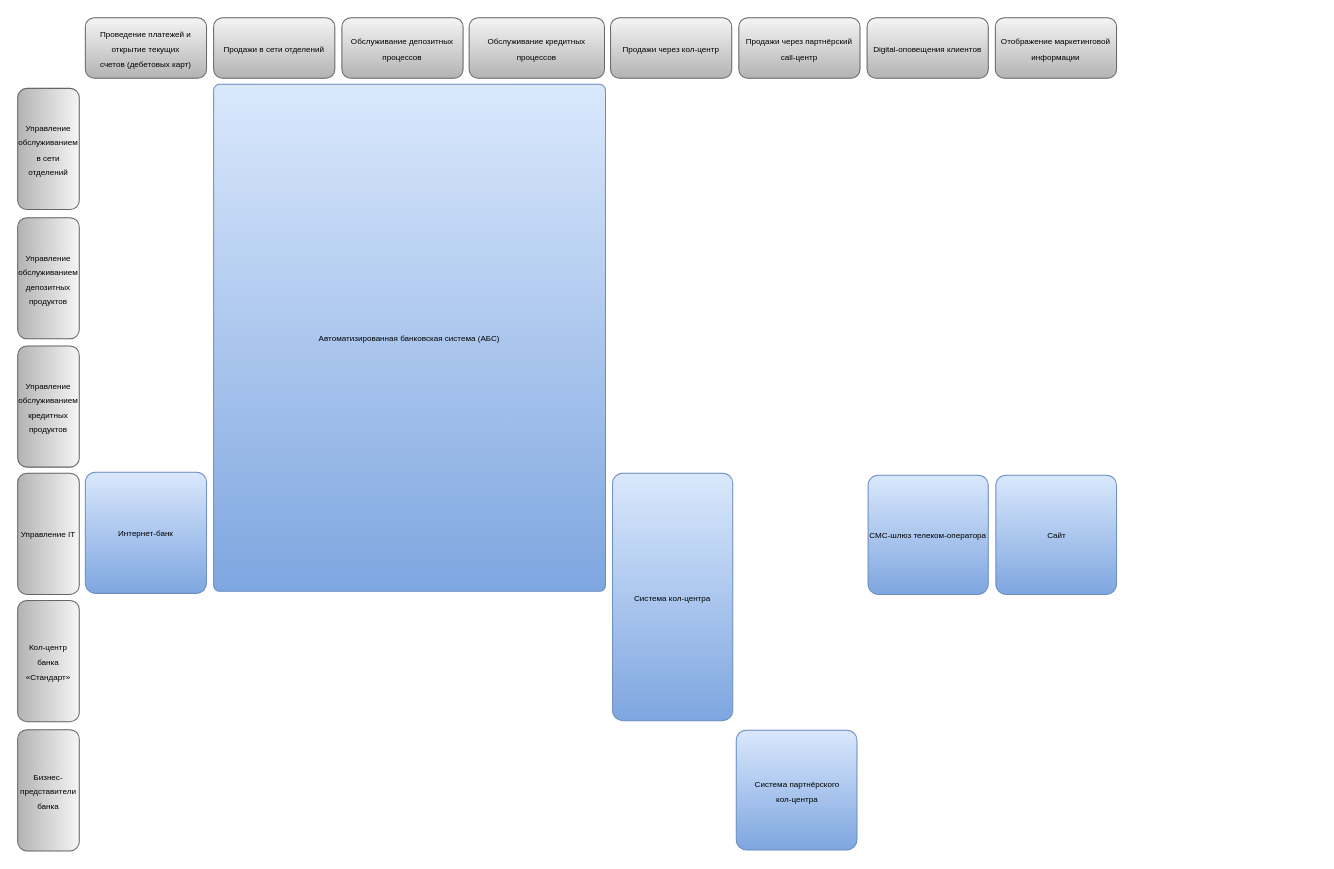
Before: Task1/it_landscape.drawio in baidinvladislav/architecture-sprint-9, a draw.io diagram. Source tidied: cells renumbered, new cells numbered last; positions are measured from the earlier drawing's top-left corner, leaving out a move shared by most shapes. Both pictures are drawn from the tidied source at 101%, with x=0, y=0 at pixel (17, 17).
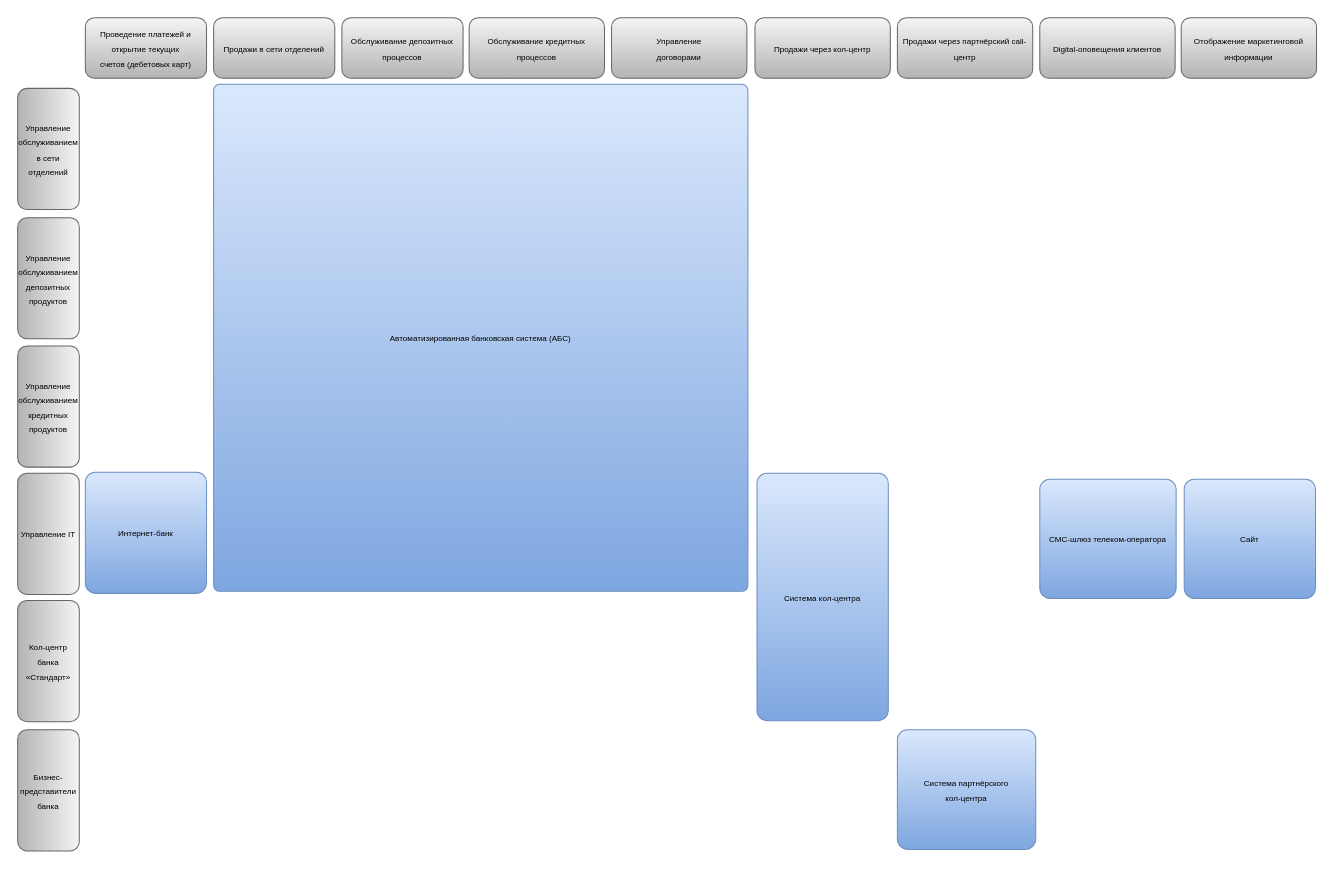
The same page after the edit.

Commit message (it also covers changes not shown here):
task1. it lanscape improvement

What changed in the source:
```diff
@@
-    <mxCell id="6" value="&lt;span style=&quot;font-size: 8px;&quot;&gt;Продажи через кол-центр&lt;/span&gt;" style="rounded=1;whiteSpace=wrap;html=1;fillColor=#f5f5f5;gradientColor=#b3b3b3;strokeColor=#666666;" parent="1" vertex="1">
-      <mxGeometry x="587" width="120" height="60" as="geometry" />
-    </mxCell>
-    <mxCell id="7" value="&lt;span style=&quot;font-size: 8px;&quot;&gt;Продажи через партнёрский call-центр&lt;/span&gt;" style="rounded=1;whiteSpace=wrap;html=1;fillColor=#f5f5f5;gradientColor=#b3b3b3;strokeColor=#666666;" parent="1" vertex="1">
-      <mxGeometry x="714" width="120" height="60" as="geometry" />
-    </mxCell>
@@
-    <mxCell id="12" value="&lt;font style=&quot;font-size: 8px;&quot;&gt;Digital-оповещения клиентов&lt;/font&gt;" style="rounded=1;whiteSpace=wrap;html=1;fillColor=#f5f5f5;gradientColor=#b3b3b3;strokeColor=#666666;" parent="1" vertex="1">
-      <mxGeometry x="841" width="120" height="60" as="geometry" />
-    </mxCell>
-    <mxCell id="13" value="&lt;font style=&quot;font-size: 8px;&quot;&gt;Отображение маркетинговой информации&lt;/font&gt;" style="rounded=1;whiteSpace=wrap;html=1;fillColor=#f5f5f5;gradientColor=#b3b3b3;strokeColor=#666666;" parent="1" vertex="1">
-      <mxGeometry x="968" width="120" height="60" as="geometry" />
-    </mxCell>
     <mxCell id="14" value="&lt;font style=&quot;font-size: 8px;&quot;&gt;Автоматизированная банковская система (АБС)&lt;/font&gt;" style="rounded=1;whiteSpace=wrap;html=1;fillColor=#dae8fc;gradientColor=#7ea6e0;strokeColor=#6c8ebf;arcSize=12;absoluteArcSize=1;glass=0;" parent="1" vertex="1">
-      <mxGeometry x="194" y="66" width="388" height="502" as="geometry" />
+      <mxGeometry x="194" y="66" width="529" height="502" as="geometry" />
     </mxCell>
@@
     <mxCell id="16" value="&lt;font style=&quot;font-size: 8px;&quot;&gt;Система кол-центра&lt;/font&gt;" style="rounded=1;whiteSpace=wrap;html=1;fillColor=#dae8fc;gradientColor=#7ea6e0;strokeColor=#6c8ebf;absoluteArcSize=1;" parent="1" vertex="1">
-      <mxGeometry x="589" y="451" width="119" height="245" as="geometry" />
+      <mxGeometry x="732" y="451" width="130" height="245" as="geometry" />
     </mxCell>
     <mxCell id="17" value="&lt;font style=&quot;font-size: 8px;&quot;&gt;Система партнёрского &lt;br&gt;кол-центра&lt;/font&gt;" style="rounded=1;whiteSpace=wrap;html=1;fillColor=#dae8fc;gradientColor=#7ea6e0;strokeColor=#6c8ebf;absoluteArcSize=1;" parent="1" vertex="1">
-      <mxGeometry x="711.5" y="705.5" width="119.5" height="118.5" as="geometry" />
+      <mxGeometry x="871" y="705" width="137" height="118.5" as="geometry" />
     </mxCell>
@@
     <mxCell id="20" value="&lt;span style=&quot;font-size: 8px;&quot;&gt;СМС-шлюз телеком-оператора&lt;/span&gt;" style="rounded=1;whiteSpace=wrap;html=1;fillColor=#dae8fc;gradientColor=#7ea6e0;strokeColor=#6c8ebf;absoluteArcSize=1;" parent="1" vertex="1">
-      <mxGeometry x="842" y="453" width="119" height="118" as="geometry" />
+      <mxGeometry x="1012" y="457" width="135" height="118" as="geometry" />
     </mxCell>
     <mxCell id="21" value="&lt;span style=&quot;font-size: 8px;&quot;&gt;Сайт&lt;/span&gt;" style="rounded=1;whiteSpace=wrap;html=1;fillColor=#dae8fc;gradientColor=#7ea6e0;strokeColor=#6c8ebf;absoluteArcSize=1;" parent="1" vertex="1">
-      <mxGeometry x="968.5" y="453" width="119.5" height="118" as="geometry" />
+      <mxGeometry x="1155" y="457" width="130" height="118" as="geometry" />
     </mxCell>
+    <mxCell id="22" value="&lt;font style=&quot;font-size: 8px;&quot;&gt;Управление&lt;br&gt;договорами&lt;/font&gt;" style="rounded=1;whiteSpace=wrap;html=1;fillColor=#f5f5f5;gradientColor=#b3b3b3;strokeColor=#666666;" parent="1" vertex="1">
+      <mxGeometry x="588" width="134" height="60" as="geometry" />
+    </mxCell>
+    <mxCell id="6" value="&lt;span style=&quot;font-size: 8px;&quot;&gt;Продажи через кол-центр&lt;/span&gt;" style="rounded=1;whiteSpace=wrap;html=1;fillColor=#f5f5f5;gradientColor=#b3b3b3;strokeColor=#666666;" parent="1" vertex="1">
+      <mxGeometry x="730" width="134" height="60" as="geometry" />
+    </mxCell>
+    <mxCell id="7" value="&lt;span style=&quot;font-size: 8px;&quot;&gt;Продажи через партнёрский call-центр&lt;/span&gt;" style="rounded=1;whiteSpace=wrap;html=1;fillColor=#f5f5f5;gradientColor=#b3b3b3;strokeColor=#666666;" parent="1" vertex="1">
+      <mxGeometry x="871" width="134" height="60" as="geometry" />
+    </mxCell>
+    <mxCell id="12" value="&lt;span style=&quot;font-size: 8px;&quot;&gt;Digital-оповещения клиентов&lt;/span&gt;" style="rounded=1;whiteSpace=wrap;html=1;fillColor=#f5f5f5;gradientColor=#b3b3b3;strokeColor=#666666;" parent="1" vertex="1">
+      <mxGeometry x="1012" width="134" height="60" as="geometry" />
+    </mxCell>
+    <mxCell id="13" value="&lt;span style=&quot;font-size: 8px;&quot;&gt;Отображение маркетинговой информации&lt;/span&gt;" style="rounded=1;whiteSpace=wrap;html=1;fillColor=#f5f5f5;gradientColor=#b3b3b3;strokeColor=#666666;" parent="1" vertex="1">
+      <mxGeometry x="1152" width="134" height="60" as="geometry" />
+    </mxCell>
```
